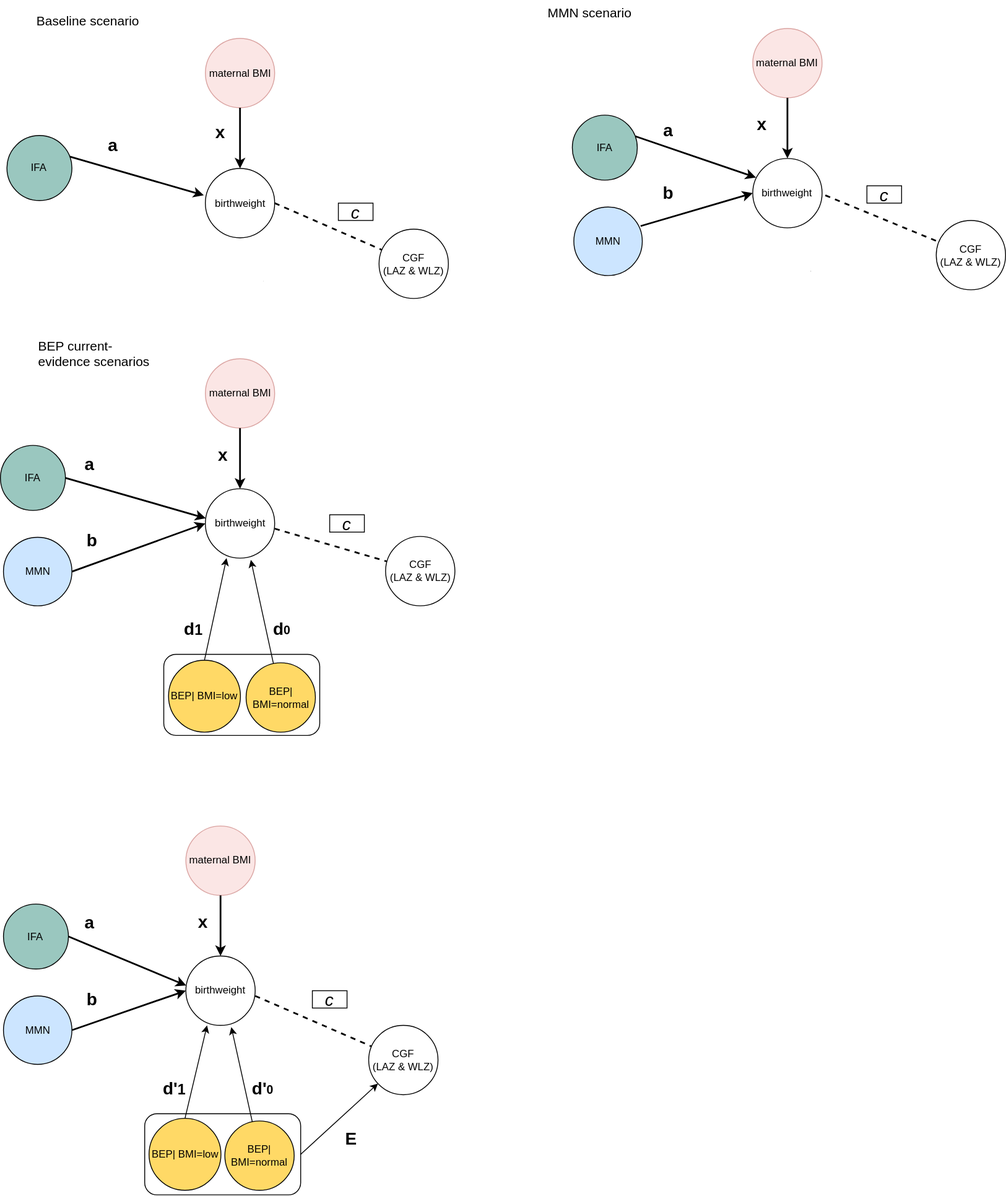
Before: docs/source/concept_models/vivarium_gates_bep/causal_dag_bep_scenarios_v3_fall.svg, a diagram exported from draw.io (ihmeuw/vivarium_research). Source tidied: cells renumbered, new cells last; positions are measured from the earlier drawing's top-left corner, leaving out a move shared by most shapes.
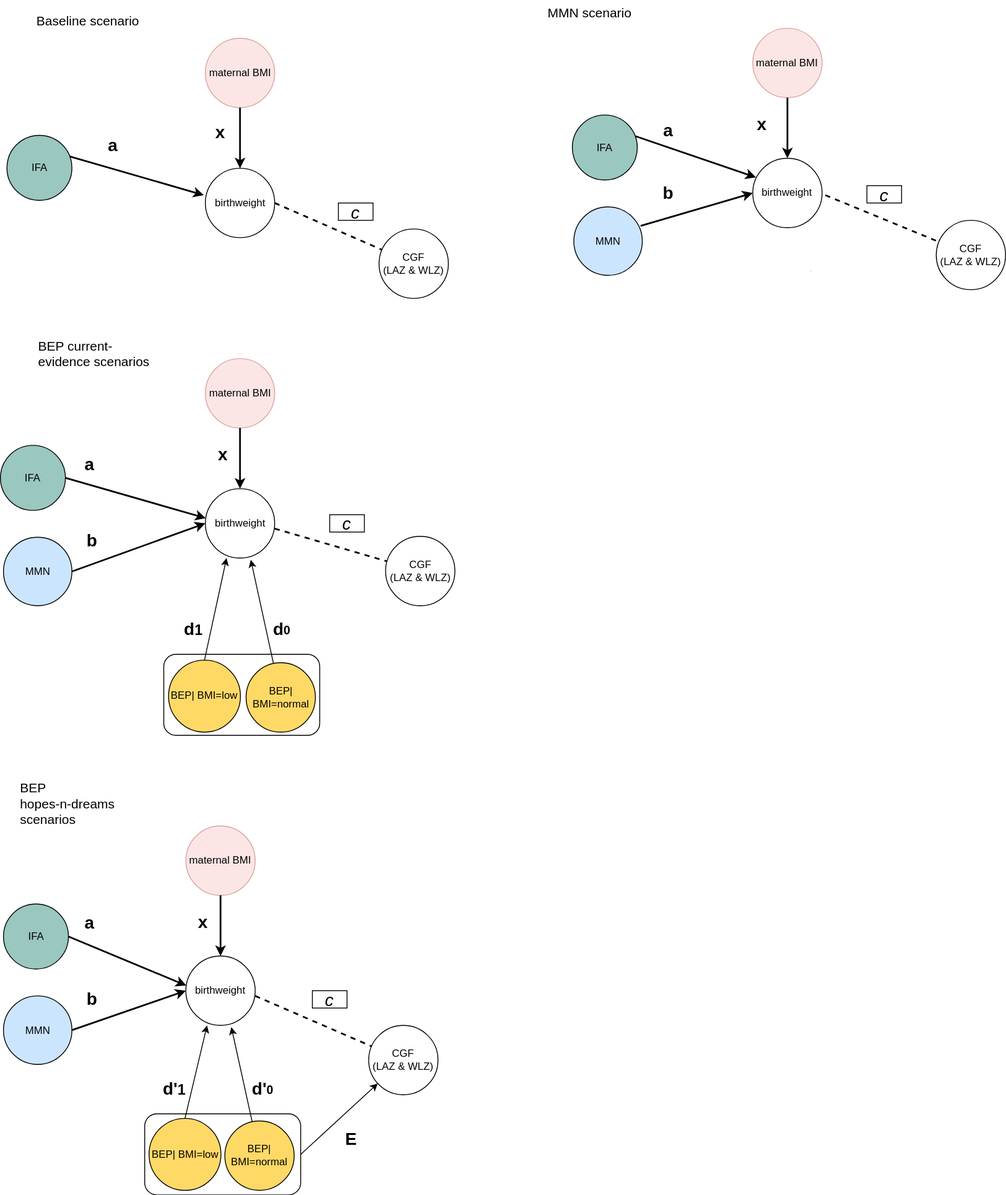
After the change.

Commit message:
updated effect size for adequately nourished women in hopes n dreams scenario

The edit, as a diff of the source:
```diff
@@ -235,5 +235,8 @@
     <mxCell id="72" value="&lt;span style=&quot;font-size: 20px;&quot;&gt;E&lt;/span&gt;" style="text;html=1;strokeColor=none;fillColor=none;align=center;verticalAlign=middle;whiteSpace=wrap;rounded=0;fontSize=20;fontFamily=Helvetica;fontStyle=1;" parent="1" vertex="1">
       <mxGeometry x="385" y="1300" width="40" height="20" as="geometry" />
     </mxCell>
+    <mxCell id="73" value="&lt;font style=&quot;font-size: 15px&quot;&gt;BEP &lt;br&gt;hopes-n-dreams scenarios&lt;br&gt;&lt;/font&gt;" style="text;html=1;strokeColor=none;fillColor=none;align=left;verticalAlign=middle;whiteSpace=wrap;rounded=0;fontFamily=Helvetica;fontSize=12;" parent="1" vertex="1">
+      <mxGeometry x="21" y="888" width="138.5" height="71" as="geometry" />
+    </mxCell>
   </root>
 </mxGraphModel>
```
